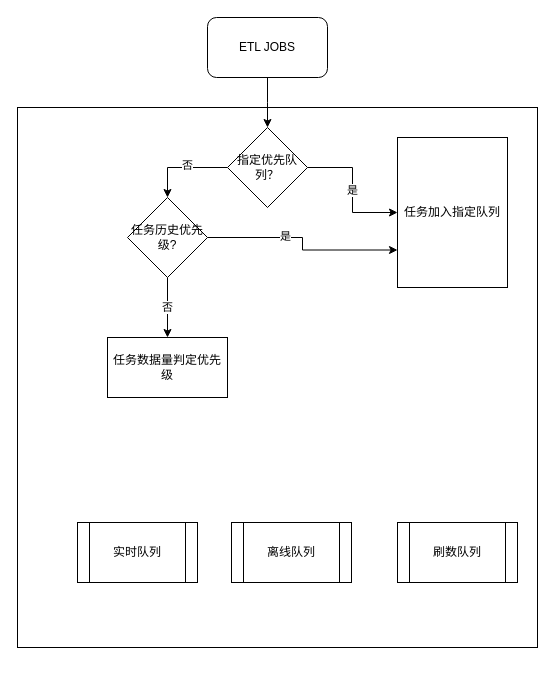
Above: doc/入任务队列判定方法.drawio in GoGoWen/JD-Bowen-incubator-doris (draw.io), before the change. Source tidied: cells renumbered, new cells numbered last; positions are measured from the earlier drawing's top-left corner, leaving out a move shared by most shapes. Both pictures are drawn from the tidied source at 100%, with x=0, y=0 at pixel (17, 17).
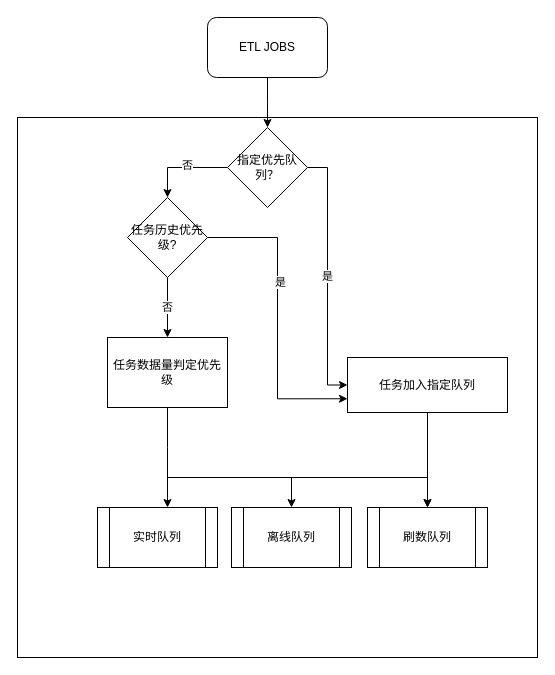
The same diagram, later.

Commit message:
Update 入任务队列判定方法.drawio

The edit, as a diff of the source:
```diff
@@
     <mxCell id="2" style="rounded=0;whiteSpace=wrap;html=1;" parent="1" vertex="1">
-      <mxGeometry y="90" width="520" height="540" as="geometry" />
+      <mxGeometry y="100" width="520" height="540" as="geometry" />
     </mxCell>
@@
+    <mxCell id="18" style="edgeStyle=orthogonalEdgeStyle;rounded=0;jettySize=auto;html=1;exitX=0.5;exitY=1;exitDx=0;exitDy=0;elbow=vertical;" parent="1" edge="1" source="9">
+      <mxGeometry relative="1" as="geometry">
+        <mxPoint x="410" y="490" as="targetPoint" />
+      </mxGeometry>
+    </mxCell>
     <mxCell id="9" value="任务加入指定队列" style="rounded=0;whiteSpace=wrap;html=1;" parent="1" vertex="1">
-      <mxGeometry x="380" y="120" width="110" height="150" as="geometry" />
+      <mxGeometry x="330" y="340" width="160" height="55" as="geometry" />
     </mxCell>
@@
     <mxCell id="14" value="实时队列" style="shape=process;whiteSpace=wrap;html=1;backgroundOutline=1;" parent="1" vertex="1">
-      <mxGeometry x="60" y="505" width="120" height="60" as="geometry" />
+      <mxGeometry x="80" y="490" width="120" height="60" as="geometry" />
     </mxCell>
     <mxCell id="15" value="离线队列" style="shape=process;whiteSpace=wrap;html=1;backgroundOutline=1;" parent="1" vertex="1">
-      <mxGeometry x="214" y="505" width="120" height="60" as="geometry" />
+      <mxGeometry x="214" y="490" width="120" height="60" as="geometry" />
     </mxCell>
     <mxCell id="16" value="刷数队列" style="shape=process;whiteSpace=wrap;html=1;backgroundOutline=1;" parent="1" vertex="1">
-      <mxGeometry x="380" y="505" width="120" height="60" as="geometry" />
+      <mxGeometry x="350" y="490" width="120" height="60" as="geometry" />
     </mxCell>
+    <mxCell id="19" style="edgeStyle=elbowEdgeStyle;rounded=0;jettySize=auto;elbow=vertical;html=1;" parent="1" edge="1" source="17" target="14">
+      <mxGeometry relative="1" as="geometry">
+        <Array as="points">
+          <mxPoint x="150" y="430" />
+          <mxPoint x="140" y="410" />
+        </Array>
+      </mxGeometry>
+    </mxCell>
     <mxCell id="17" value="任务数据量判定优先级" style="rounded=0;whiteSpace=wrap;html=1;" parent="1" vertex="1">
-      <mxGeometry x="90" y="320" width="120" height="60" as="geometry" />
+      <mxGeometry x="90" y="320" width="120" height="70" as="geometry" />
     </mxCell>
+    <mxCell id="20" style="endArrow=classic;html=1;rounded=0;elbow=vertical;entryX=0.5;entryY=0;entryDx=0;entryDy=0;edgeStyle=orthogonalEdgeStyle;" parent="1" edge="1" target="15">
+      <mxGeometry relative="1" as="geometry">
+        <mxPoint x="150" y="440" as="sourcePoint" />
+        <Array as="points">
+          <mxPoint x="150" y="460" />
+          <mxPoint x="274" y="460" />
+        </Array>
+      </mxGeometry>
+    </mxCell>
+    <mxCell id="21" style="endArrow=classic;html=1;rounded=0;elbow=vertical;entryX=0.5;entryY=0;entryDx=0;entryDy=0;edgeStyle=orthogonalEdgeStyle;" parent="1" edge="1" target="16">
+      <mxGeometry relative="1" as="geometry">
+        <mxPoint x="280" y="460" as="sourcePoint" />
+        <Array as="points">
+          <mxPoint x="270" y="460" />
+          <mxPoint x="410" y="460" />
+        </Array>
+      </mxGeometry>
+    </mxCell>
```
